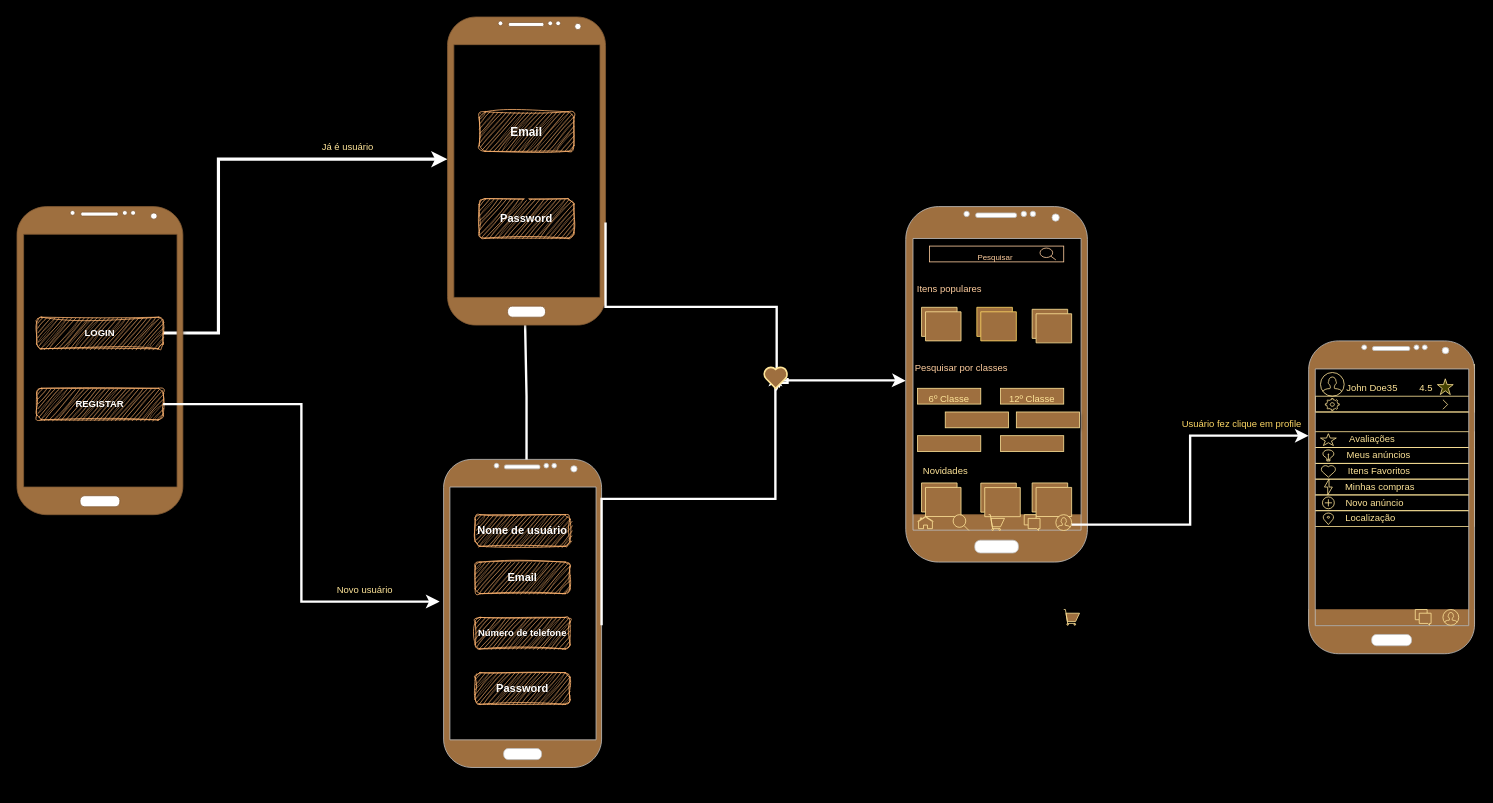
jasminanm/Projeto keeps this draw.io diagram as page "Page-1" (1 of 2) of Untitled Diagram.drawio. Above is the earlier version. Source tidied: cells renumbered, new cells numbered last; positions are measured from the earlier drawing's top-left corner, leaving out a move shared by most shapes. Both pictures are drawn from the tidied source at 79%, with x=0, y=0 at pixel (17, 17). Pictures stored in the file or linked from it are replaced by grey dashed boxes.
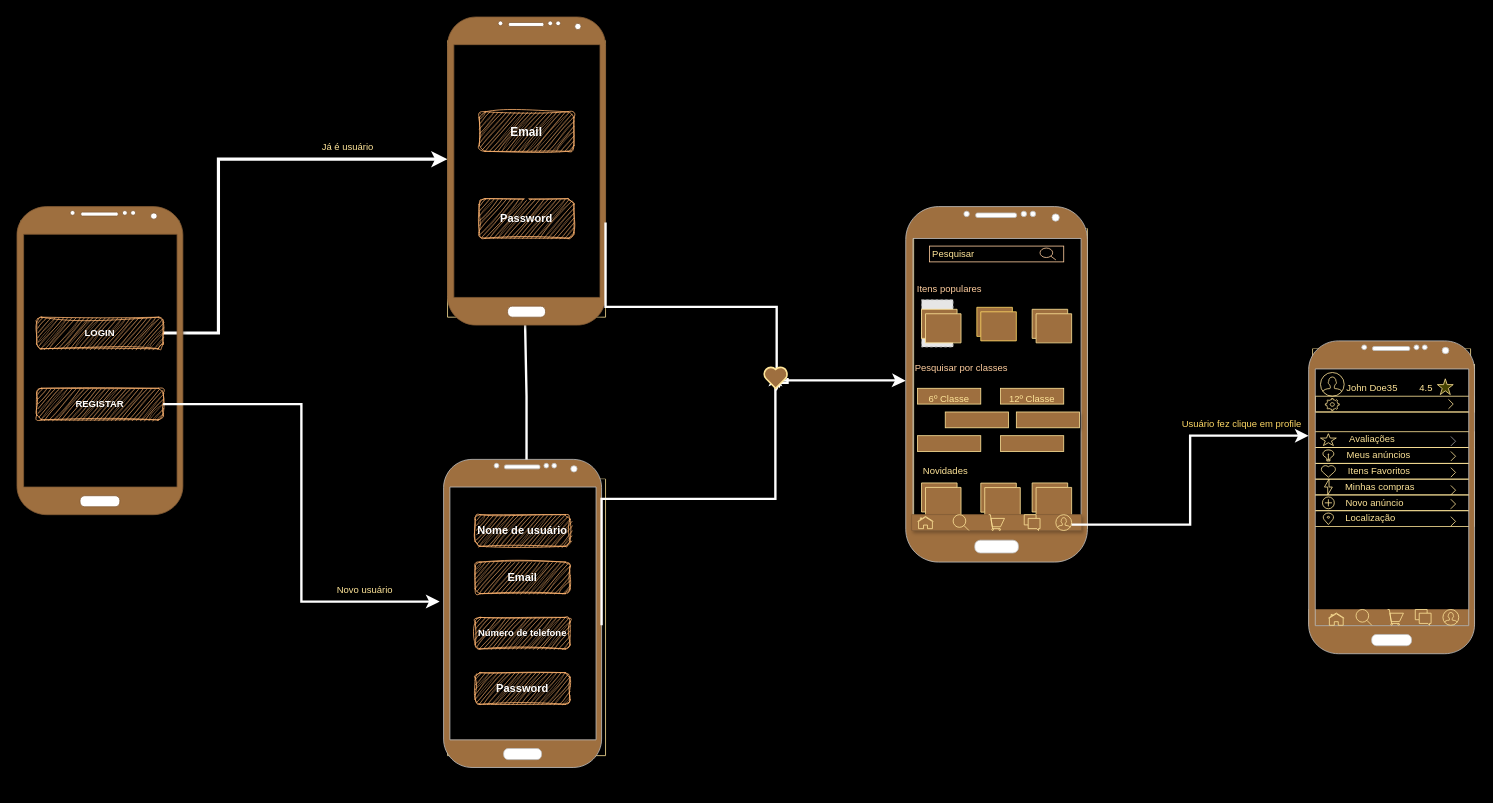
The same diagram, later.

The change refers to these unchanged cells:
```xml
<mxCell id="20" style="swimlane;startSize=0;strokeColor=none;" parent="1" vertex="1">
  <mxGeometry x="555" y="570" width="190" height="380" as="geometry" />
</mxCell>
```

What changed in the source:
```diff
@@
+    <mxCell id="87" style="swimlane;startSize=0;rounded=0;strokeColor=#FFE599;align=center;verticalAlign=middle;fontFamily=Helvetica;fontSize=12;fontColor=#FFE599;fillColor=none;gradientColor=none;html=1;swimlaneFillColor=#000000;" parent="1" vertex="1">
+      <mxGeometry x="5" y="257.5" width="200" height="350" as="geometry" />
+    </mxCell>
+    <mxCell id="88" style="swimlane;startSize=0;rounded=0;strokeColor=#FFE599;align=center;verticalAlign=middle;fontFamily=Helvetica;fontSize=12;fontColor=#FFE599;fillColor=none;gradientColor=none;html=1;swimlaneFillColor=#000000;" parent="1" vertex="1">
+      <mxGeometry x="1135" y="267.8" width="220" height="380" as="geometry" />
+    </mxCell>
+    <mxCell id="89" style="fillColor=#E6E6E6;strokeColor=#999999;dashed=1;verticalLabelPosition=bottom;verticalAlign=top;align=center;fontFamily=Helvetica;fontSize=12;fontColor=#FFE599;html=1;" parent="88" vertex="1">
+      <mxGeometry x="10" y="90" width="40" height="60" as="geometry" />
+    </mxCell>
+    <mxCell id="90" style="swimlane;startSize=0;rounded=0;strokeColor=#FFE599;align=center;verticalAlign=middle;fontFamily=Helvetica;fontSize=12;fontColor=#FFE599;fillColor=#000000;gradientColor=default;html=1;swimlaneFillColor=#000000;" parent="1" vertex="1">
+      <mxGeometry x="1640" y="420" width="200" height="360" as="geometry" />
+    </mxCell>
@@
-    <mxCell id="4" style="rounded=0;whiteSpace=wrap;html=1;shadow=1;dashed=0;strokeColor=#825B34;strokeWidth=1;align=center;verticalAlign=top;fontFamily=Helvetica;fontSize=12;fontColor=#f4a4c0;fillColor=#9E6F3F;gradientColor=none;" parent="1" vertex="1">
-      <mxGeometry x="1132.5" y="630" width="215" height="20" as="geometry" />
-    </mxCell>
@@
     <mxCell id="16" style="swimlane;startSize=0;fontColor=none;noLabel=1;strokeColor=none;" parent="1" vertex="1">
-      <mxGeometry x="545" y="170" width="170" height="210" as="geometry" />
+      <mxGeometry x="545" y="170" width="200" height="210" as="geometry" />
     </mxCell>
+    <mxCell id="91" style="swimlane;startSize=0;rounded=0;strokeColor=#FFE599;align=center;verticalAlign=middle;fontFamily=Helvetica;fontSize=12;fontColor=#FFE599;fillColor=none;gradientColor=none;html=1;swimlaneFillColor=#000000;" parent="16" vertex="1">
+      <mxGeometry y="-140" width="200" height="350" as="geometry" />
+    </mxCell>
@@
+    <mxCell id="92" style="swimlane;startSize=0;rounded=0;strokeColor=#FFE599;align=center;verticalAlign=middle;fontFamily=Helvetica;fontSize=12;fontColor=#FFE599;fillColor=none;gradientColor=none;html=1;swimlaneFillColor=#000000;" parent="20" vertex="1">
+      <mxGeometry x="-10" y="15" width="200" height="350" as="geometry" />
+    </mxCell>
@@
-    <mxCell id="39" value="&lt;div style=&quot;text-align: left;&quot;&gt;&lt;font style=&quot;color: rgb(255, 206, 159); font-size: 10px;&quot;&gt;Pesquisar&lt;/font&gt;&lt;span style=&quot;color: rgb(255, 206, 159); font-size: 11px;&quot;&gt;&amp;nbsp;&lt;/span&gt;&lt;br&gt;&lt;/div&gt;" style="rounded=0;whiteSpace=wrap;html=1;shadow=1;dashed=0;strokeColor=#FFCE9F;strokeWidth=1;align=center;verticalAlign=top;fontFamily=Helvetica;fontSize=12;fontColor=#f4a4c0;fillColor=none;gradientColor=none;" parent="1" vertex="1">
+    <mxCell id="39" value="&lt;div style=&quot;text-align: left;&quot;&gt;&lt;br&gt;&lt;/div&gt;" style="rounded=0;whiteSpace=wrap;html=1;shadow=1;dashed=0;strokeColor=#FFCE9F;strokeWidth=1;align=center;verticalAlign=top;fontFamily=Helvetica;fontSize=12;fontColor=#f4a4c0;fillColor=none;gradientColor=none;" parent="1" vertex="1">
       <mxGeometry x="1155" y="290" width="170" height="20" as="geometry" />
     </mxCell>
@@
     <mxCell id="42" style="html=1;verticalLabelPosition=bottom;align=center;labelBackgroundColor=#ffffff;verticalAlign=top;strokeWidth=1;strokeColor=#FFE599;shadow=0;dashed=0;shape=mxgraph.ios7.icons.folders_2;fontFamily=Helvetica;fontSize=12;fontColor=#f4a4c0;fillColor=#9E6F3F;gradientColor=none;" parent="1" vertex="1">
-      <mxGeometry x="1145" y="367.5" width="50" height="42.5" as="geometry" />
+      <mxGeometry x="1145" y="370" width="50" height="42.5" as="geometry" />
     </mxCell>
@@
+    <mxCell id="4" style="rounded=0;whiteSpace=wrap;html=1;shadow=1;dashed=0;strokeColor=#825B34;strokeWidth=1;align=center;verticalAlign=top;fontFamily=Helvetica;fontSize=12;fontColor=#f4a4c0;fillColor=#9E6F3F;gradientColor=none;" parent="1" vertex="1">
+      <mxGeometry x="1132.5" y="630" width="215" height="20" as="geometry" />
+    </mxCell>
@@
     <mxCell id="69" style="html=1;verticalLabelPosition=bottom;labelBackgroundColor=#ffffff;verticalAlign=top;shadow=0;dashed=0;strokeWidth=1;shape=mxgraph.ios7.misc.right;strokeColor=#FFE599;align=center;fontFamily=Helvetica;fontSize=12;fontColor=#FFE599;fillColor=none;gradientColor=none;" parent="1" vertex="1">
-      <mxGeometry x="1805" y="484.5" width="6" height="12" as="geometry" />
+      <mxGeometry x="1812" y="484" width="6" height="12" as="geometry" />
     </mxCell>
@@
-    <mxCell id="86" style="html=1;verticalLabelPosition=bottom;align=center;labelBackgroundColor=#ffffff;verticalAlign=top;strokeWidth=1;strokeColor=#FFE599;shadow=0;dashed=0;shape=mxgraph.ios7.icons.shopping_cart;rounded=0;fontFamily=Helvetica;fontSize=12;fontColor=#f4a4c0;fillColor=#9E6F3F;gradientColor=none;" parent="1" vertex="1">
-      <mxGeometry x="1325" y="750" width="20" height="20" as="geometry" />
-    </mxCell>
+    <mxCell id="93" style="html=1;verticalLabelPosition=bottom;align=center;labelBackgroundColor=#ffffff;verticalAlign=top;strokeWidth=1;strokeColor=#FFE599;shadow=0;dashed=0;shape=mxgraph.ios7.icons.shopping_cart;rounded=0;fontFamily=Helvetica;fontSize=12;fontColor=#f4a4c0;fillColor=#9E6F3F;gradientColor=none;" parent="1" vertex="1">
+      <mxGeometry x="1735" y="750" width="20" height="20" as="geometry" />
+    </mxCell>
+    <mxCell id="94" style="html=1;verticalLabelPosition=bottom;align=center;labelBackgroundColor=#ffffff;verticalAlign=top;strokeWidth=1;strokeColor=#FFE599;shadow=0;dashed=0;shape=mxgraph.ios7.icons.looking_glass;rounded=0;fontFamily=Helvetica;fontSize=12;fontColor=#f4a4c0;fillColor=#9E6F3F;gradientColor=none;" parent="1" vertex="1">
+      <mxGeometry x="1695" y="750" width="20" height="20" as="geometry" />
+    </mxCell>
+    <mxCell id="95" style="html=1;verticalLabelPosition=bottom;align=center;labelBackgroundColor=#ffffff;verticalAlign=top;strokeWidth=1;strokeColor=#FFE599;shadow=0;dashed=0;shape=mxgraph.ios7.icons.home;rounded=0;fontFamily=Helvetica;fontSize=12;fontColor=#f4a4c0;fillColor=#9E6F3F;gradientColor=none;" parent="1" vertex="1">
+      <mxGeometry x="1660" y="754.5" width="20" height="15.5" as="geometry" />
+    </mxCell>
+    <mxCell id="96" value="Pesquisar" style="text;html=1;align=center;verticalAlign=middle;strokeColor=none;fillColor=none;fontSize=12;fontFamily=Helvetica;fontColor=#FFE599;" parent="1" vertex="1">
+      <mxGeometry x="1145" y="285" width="80" height="30" as="geometry" />
+    </mxCell>
+    <mxCell id="97" style="html=1;verticalLabelPosition=bottom;labelBackgroundColor=#ffffff;verticalAlign=top;shadow=0;dashed=0;strokeWidth=1;shape=mxgraph.ios7.misc.more;strokeColor=#a0a0a0;rounded=0;align=center;fontFamily=Helvetica;fontSize=12;fontColor=#FFE599;fillColor=none;gradientColor=none;" parent="1" vertex="1">
+      <mxGeometry x="1815" y="531" width="6" height="12" as="geometry" />
+    </mxCell>
+    <mxCell id="98" style="html=1;verticalLabelPosition=bottom;labelBackgroundColor=#ffffff;verticalAlign=top;shadow=0;dashed=0;strokeWidth=1;shape=mxgraph.ios7.misc.more;strokeColor=#FFE599;rounded=0;align=center;fontFamily=Helvetica;fontSize=12;fontColor=#f4a4c0;fillColor=#9E6F3F;gradientColor=none;" parent="1" vertex="1">
+      <mxGeometry x="1815" y="550" width="6" height="12" as="geometry" />
+    </mxCell>
+    <mxCell id="99" style="html=1;verticalLabelPosition=bottom;labelBackgroundColor=#ffffff;verticalAlign=top;shadow=0;dashed=0;strokeWidth=1;shape=mxgraph.ios7.misc.more;strokeColor=#FFE599;rounded=0;align=center;fontFamily=Helvetica;fontSize=12;fontColor=#f4a4c0;fillColor=#9E6F3F;gradientColor=none;" parent="1" vertex="1">
+      <mxGeometry x="1815" y="593" width="6" height="12" as="geometry" />
+    </mxCell>
+    <mxCell id="100" style="html=1;verticalLabelPosition=bottom;labelBackgroundColor=#ffffff;verticalAlign=top;shadow=0;dashed=0;strokeWidth=1;shape=mxgraph.ios7.misc.more;strokeColor=#FFE599;rounded=0;align=center;fontFamily=Helvetica;fontSize=12;fontColor=#f4a4c0;fillColor=#9E6F3F;gradientColor=none;" parent="1" vertex="1">
+      <mxGeometry x="1815" y="570.5" width="6" height="12" as="geometry" />
+    </mxCell>
+    <mxCell id="101" style="html=1;verticalLabelPosition=bottom;labelBackgroundColor=#ffffff;verticalAlign=top;shadow=0;dashed=0;strokeWidth=1;shape=mxgraph.ios7.misc.more;strokeColor=#FFE599;rounded=0;align=center;fontFamily=Helvetica;fontSize=12;fontColor=#f4a4c0;fillColor=#9E6F3F;gradientColor=none;" parent="1" vertex="1">
+      <mxGeometry x="1815" y="632.5" width="6" height="12" as="geometry" />
+    </mxCell>
+    <mxCell id="102" style="html=1;verticalLabelPosition=bottom;labelBackgroundColor=#ffffff;verticalAlign=top;shadow=0;dashed=0;strokeWidth=1;shape=mxgraph.ios7.misc.more;strokeColor=#FFE599;rounded=0;align=center;fontFamily=Helvetica;fontSize=12;fontColor=#f4a4c0;fillColor=#9E6F3F;gradientColor=none;" parent="1" vertex="1">
+      <mxGeometry x="1815" y="610.5" width="6" height="12" as="geometry" />
+    </mxCell>
```
